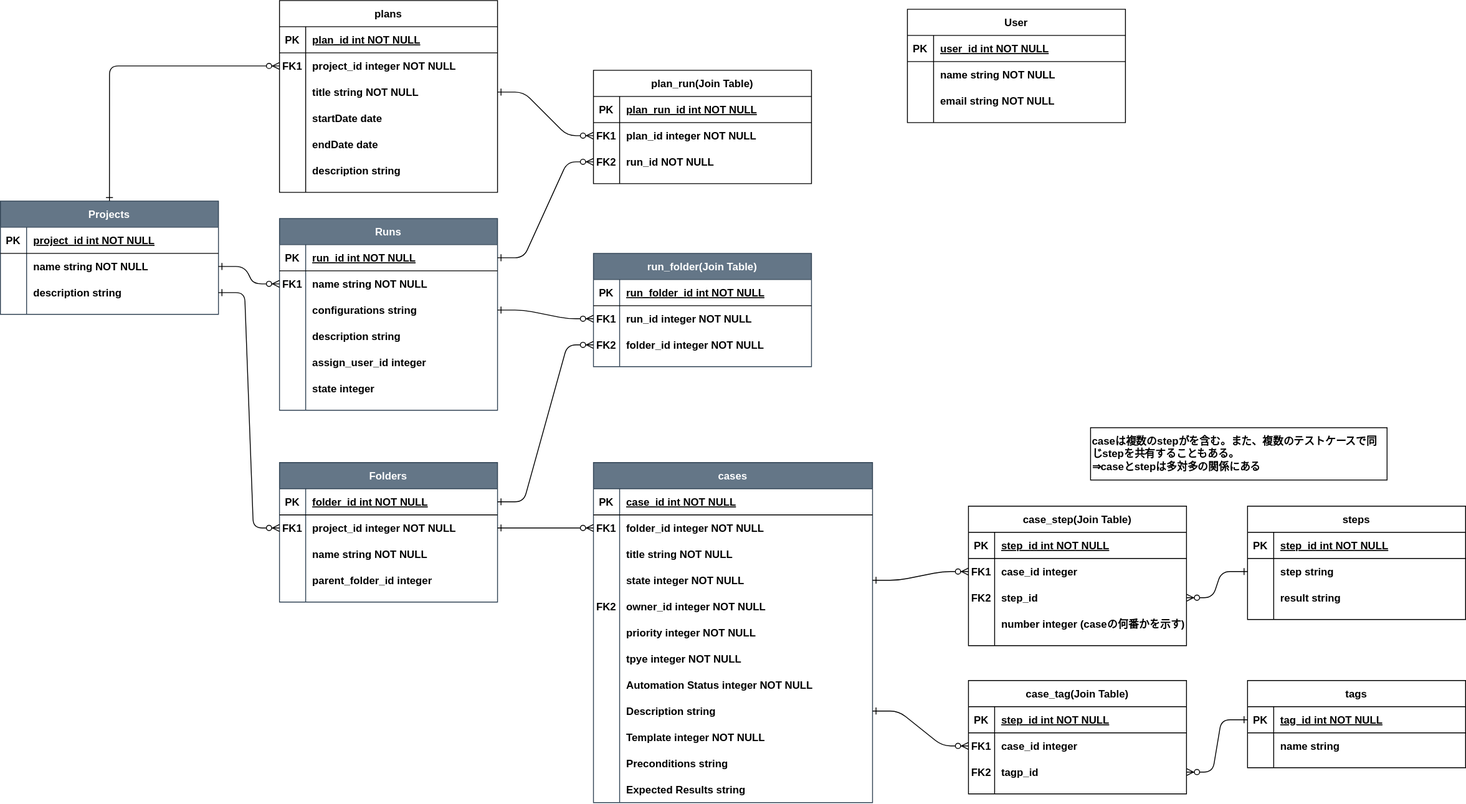
Before: docs/architecture/img/er.svg, a diagram exported from draw.io (kimatata/TestCaseManagerDoc). Source tidied: cells renumbered, new cells last; positions are measured from the earlier drawing's top-left corner, leaving out a move shared by most shapes.
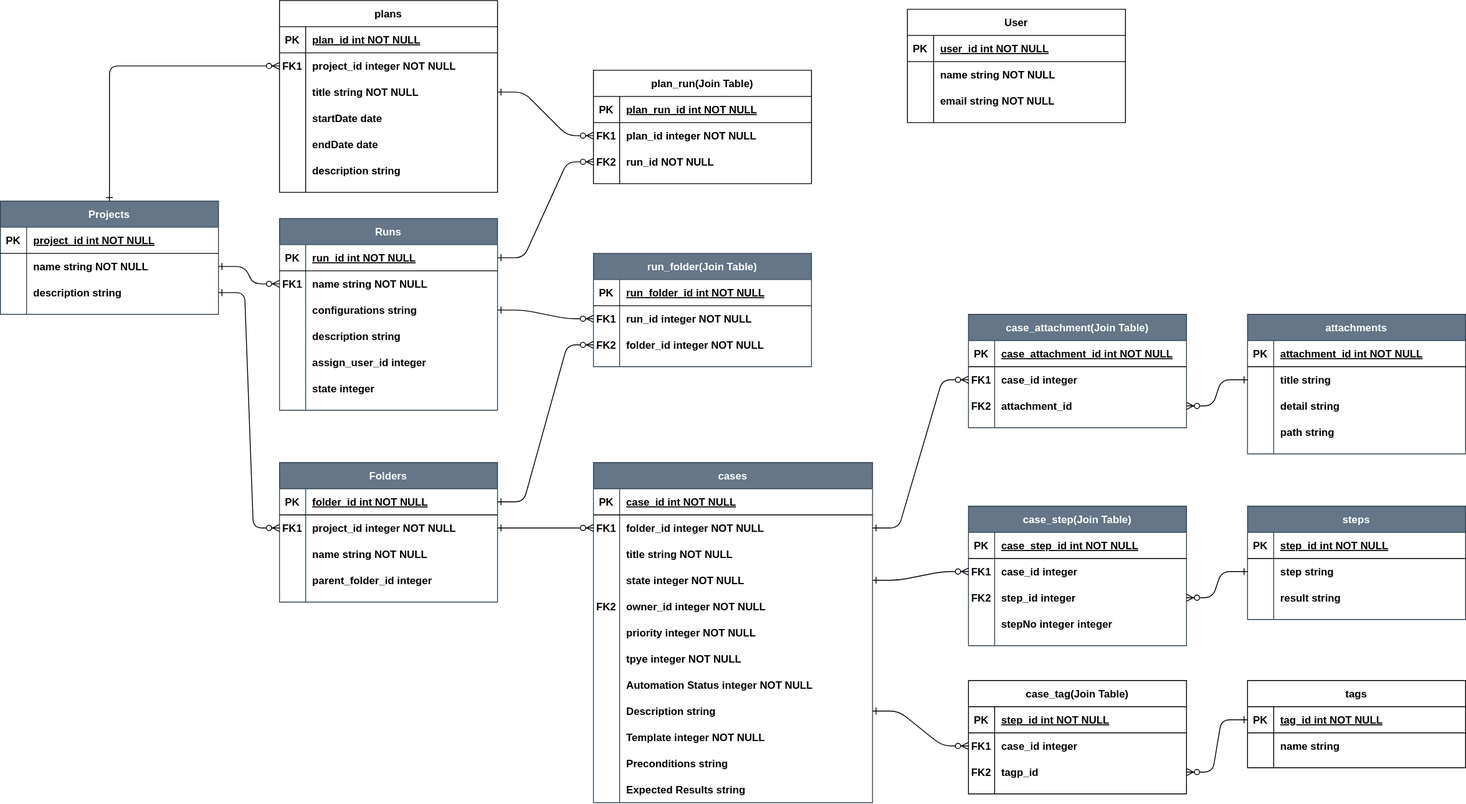
After the change.

The edit, as a diff of the source:
```diff
@@ -218,7 +218,7 @@
     <mxCell id="73" value="email string NOT NULL" style="shape=partialRectangle;overflow=hidden;fillColor=none;top=0;left=0;bottom=0;right=0;align=left;spacingLeft=6;fontStyle=1;" parent="71" vertex="1">
       <mxGeometry x="30" width="220" height="30" as="geometry" />
     </mxCell>
-    <mxCell id="74" value="steps" style="shape=table;startSize=30;rowLines=0;fontStyle=1;align=center;" parent="1" vertex="1">
+    <mxCell id="74" value="steps" style="shape=table;startSize=30;rowLines=0;fontStyle=1;align=center;fillColor=#647687;strokeColor=#314354;fontColor=#ffffff;" parent="1" vertex="1">
       <mxGeometry x="1430" y="580" width="250" height="130" as="geometry" />
     </mxCell>
     <mxCell id="75" style="shape=partialRectangle;fillColor=none;top=0;left=0;right=0;bottom=1;fontStyle=1;" parent="74" vertex="1">
@@ -248,7 +248,7 @@
     <mxCell id="83" value="result string" style="shape=partialRectangle;overflow=hidden;fillColor=none;top=0;left=0;bottom=0;right=0;align=left;spacingLeft=6;fontStyle=1;" parent="81" vertex="1">
       <mxGeometry x="30" width="220" height="30" as="geometry" />
     </mxCell>
-    <mxCell id="84" value="case_step(Join Table)" style="shape=table;startSize=30;rowLines=0;fontStyle=1;align=center;" parent="1" vertex="1">
+    <mxCell id="84" value="case_step(Join Table)" style="shape=table;startSize=30;rowLines=0;fontStyle=1;align=center;fillColor=#647687;strokeColor=#314354;fontColor=#ffffff;" parent="1" vertex="1">
       <mxGeometry x="1110" y="580" width="250" height="160" as="geometry" />
     </mxCell>
     <mxCell id="85" style="shape=partialRectangle;fillColor=none;top=0;left=0;right=0;bottom=1;fontStyle=1;" parent="84" vertex="1">
@@ -257,7 +257,7 @@
     <mxCell id="86" value="PK" style="shape=partialRectangle;overflow=hidden;fillColor=none;top=0;left=0;bottom=0;right=0;fontStyle=1;" parent="85" vertex="1">
       <mxGeometry width="30" height="30" as="geometry" />
     </mxCell>
-    <mxCell id="87" value="step_id int NOT NULL " style="shape=partialRectangle;overflow=hidden;fillColor=none;top=0;left=0;bottom=0;right=0;align=left;spacingLeft=6;fontStyle=5;" parent="85" vertex="1">
+    <mxCell id="87" value="case_step_id int NOT NULL " style="shape=partialRectangle;overflow=hidden;fillColor=none;top=0;left=0;bottom=0;right=0;align=left;spacingLeft=6;fontStyle=5;" parent="85" vertex="1">
       <mxGeometry x="30" width="220" height="30" as="geometry" />
     </mxCell>
     <mxCell id="88" style="shape=partialRectangle;fillColor=none;points=[[0,0.5],[1,0.5]];portConstraint=eastwest;top=0;left=0;right=0;bottom=0;fontStyle=1;" parent="84" vertex="1">
@@ -275,7 +275,7 @@
     <mxCell id="92" value="FK2" style="shape=partialRectangle;overflow=hidden;fillColor=none;top=0;left=0;bottom=0;right=0;fontStyle=1;" parent="91" vertex="1">
       <mxGeometry width="30" height="30" as="geometry" />
     </mxCell>
-    <mxCell id="93" value="step_id" style="shape=partialRectangle;overflow=hidden;fillColor=none;top=0;left=0;bottom=0;right=0;align=left;spacingLeft=6;fontStyle=1;" parent="91" vertex="1">
+    <mxCell id="93" value="step_id integer" style="shape=partialRectangle;overflow=hidden;fillColor=none;top=0;left=0;bottom=0;right=0;align=left;spacingLeft=6;fontStyle=1;" parent="91" vertex="1">
       <mxGeometry x="30" width="220" height="30" as="geometry" />
     </mxCell>
     <mxCell id="94" style="shape=partialRectangle;fillColor=none;top=0;left=0;right=0;bottom=0;fontStyle=1;" parent="84" vertex="1">
@@ -284,12 +284,9 @@
     <mxCell id="95" style="shape=partialRectangle;overflow=hidden;fillColor=none;top=0;left=0;bottom=0;right=0;fontStyle=1;" parent="94" vertex="1">
       <mxGeometry width="30" height="30" as="geometry" />
     </mxCell>
-    <mxCell id="96" value="number integer (caseの何番かを示す)" style="shape=partialRectangle;overflow=hidden;fillColor=none;top=0;left=0;bottom=0;right=0;align=left;spacingLeft=6;fontStyle=1;" parent="94" vertex="1">
+    <mxCell id="96" value="stepNo integer integer" style="shape=partialRectangle;overflow=hidden;fillColor=none;top=0;left=0;bottom=0;right=0;align=left;spacingLeft=6;fontStyle=1;" parent="94" vertex="1">
       <mxGeometry x="30" width="220" height="30" as="geometry" />
     </mxCell>
-    <mxCell id="97" value="caseは複数のstepがを含む。また、複数のテストケースで同じstepを共有することもある。&lt;br&gt;⇒caseとstepは多対多の関係にある" style="rounded=0;whiteSpace=wrap;html=1;align=left;fontStyle=1;" parent="1" vertex="1">
-      <mxGeometry x="1250" y="490" width="340" height="60" as="geometry" />
-    </mxCell>
     <mxCell id="98" style="edgeStyle=entityRelationEdgeStyle;endArrow=ERzeroToMany;startArrow=ERone;endFill=1;startFill=0;exitX=1;exitY=0.5;exitDx=0;exitDy=0;entryX=0;entryY=0.5;entryDx=0;entryDy=0;fontStyle=1;" parent="1" edge="1" source="35" target="88">
       <mxGeometry relative="1" as="geometry" />
     </mxCell>
@@ -473,9 +470,6 @@
     <mxCell id="158" style="edgeStyle=orthogonalEdgeStyle;endArrow=ERzeroToMany;startArrow=ERone;endFill=1;startFill=0;strokeColor=default;exitX=0.5;exitY=0;exitDx=0;exitDy=0;entryX=0;entryY=0.5;entryDx=0;entryDy=0;fontStyle=1;" parent="1" edge="1" source="2" target="143">
       <mxGeometry relative="1" as="geometry" />
     </mxCell>
-    <mxCell id="159" style="edgeStyle=entityRelationEdgeStyle;endArrow=ERzeroToMany;startArrow=ERone;endFill=1;startFill=0;fontStyle=1;" parent="1" edge="1" source="149" target="x">
-      <mxGeometry relative="1" as="geometry" />
-    </mxCell>
     <mxCell id="160" value="plan_run(Join Table)" style="shape=table;startSize=30;rowLines=0;fontStyle=1;align=center;" parent="1" vertex="1">
       <mxGeometry x="680" y="80" width="250" height="130" as="geometry" />
     </mxCell>
@@ -548,5 +542,80 @@
     <mxCell id="183" style="edgeStyle=entityRelationEdgeStyle;endArrow=ERzeroToMany;startArrow=ERone;endFill=1;startFill=0;entryX=0;entryY=0.5;entryDx=0;entryDy=0;fontStyle=1;" parent="1" edge="1" source="146" target="164">
       <mxGeometry relative="1" as="geometry" />
     </mxCell>
+    <mxCell id="184" value="attachments" style="shape=table;startSize=30;rowLines=0;fontStyle=1;align=center;fillColor=#647687;strokeColor=#314354;fontColor=#ffffff;" parent="1" vertex="1">
+      <mxGeometry x="1430" y="360" width="250" height="160" as="geometry" />
+    </mxCell>
+    <mxCell id="185" style="shape=partialRectangle;fillColor=none;top=0;left=0;right=0;bottom=1;fontStyle=1;" parent="184" vertex="1">
+      <mxGeometry y="30" width="250" height="30" as="geometry" />
+    </mxCell>
+    <mxCell id="186" value="PK" style="shape=partialRectangle;overflow=hidden;fillColor=none;top=0;left=0;bottom=0;right=0;fontStyle=1;" parent="185" vertex="1">
+      <mxGeometry width="30" height="30" as="geometry" />
+    </mxCell>
+    <mxCell id="187" value="attachment_id int NOT NULL " style="shape=partialRectangle;overflow=hidden;fillColor=none;top=0;left=0;bottom=0;right=0;align=left;spacingLeft=6;fontStyle=5;" parent="185" vertex="1">
+      <mxGeometry x="30" width="220" height="30" as="geometry" />
+    </mxCell>
+    <mxCell id="188" style="shape=partialRectangle;fillColor=none;points=[[0,0.5],[1,0.5]];portConstraint=eastwest;top=0;left=0;right=0;bottom=0;fontStyle=1;" parent="184" vertex="1">
+      <mxGeometry y="60" width="250" height="30" as="geometry" />
+    </mxCell>
+    <mxCell id="189" style="shape=partialRectangle;overflow=hidden;fillColor=none;top=0;left=0;bottom=0;right=0;fontStyle=1;" parent="188" vertex="1">
+      <mxGeometry width="30" height="30" as="geometry" />
+    </mxCell>
+    <mxCell id="190" value="title string" style="shape=partialRectangle;overflow=hidden;fillColor=none;top=0;left=0;bottom=0;right=0;align=left;spacingLeft=6;fontStyle=1;" parent="188" vertex="1">
+      <mxGeometry x="30" width="220" height="30" as="geometry" />
+    </mxCell>
+    <mxCell id="191" style="shape=partialRectangle;fillColor=none;top=0;left=0;right=0;bottom=0;fontStyle=1;" parent="184" vertex="1">
+      <mxGeometry y="90" width="250" height="30" as="geometry" />
+    </mxCell>
+    <mxCell id="192" style="shape=partialRectangle;overflow=hidden;fillColor=none;top=0;left=0;bottom=0;right=0;fontStyle=1;" parent="191" vertex="1">
+      <mxGeometry width="30" height="30" as="geometry" />
+    </mxCell>
+    <mxCell id="193" value="detail string" style="shape=partialRectangle;overflow=hidden;fillColor=none;top=0;left=0;bottom=0;right=0;align=left;spacingLeft=6;fontStyle=1;" parent="191" vertex="1">
+      <mxGeometry x="30" width="220" height="30" as="geometry" />
+    </mxCell>
+    <mxCell id="194" style="shape=partialRectangle;fillColor=none;top=0;left=0;right=0;bottom=0;fontStyle=1;" parent="184" vertex="1">
+      <mxGeometry y="120" width="250" height="30" as="geometry" />
+    </mxCell>
+    <mxCell id="195" style="shape=partialRectangle;overflow=hidden;fillColor=none;top=0;left=0;bottom=0;right=0;fontStyle=1;" parent="194" vertex="1">
+      <mxGeometry width="30" height="30" as="geometry" />
+    </mxCell>
+    <mxCell id="196" value="path string" style="shape=partialRectangle;overflow=hidden;fillColor=none;top=0;left=0;bottom=0;right=0;align=left;spacingLeft=6;fontStyle=1;" parent="194" vertex="1">
+      <mxGeometry x="30" width="220" height="30" as="geometry" />
+    </mxCell>
+    <mxCell id="197" value="case_attachment(Join Table)" style="shape=table;startSize=30;rowLines=0;fontStyle=1;align=center;fillColor=#647687;strokeColor=#314354;fontColor=#ffffff;" parent="1" vertex="1">
+      <mxGeometry x="1110" y="360" width="250" height="130" as="geometry" />
+    </mxCell>
+    <mxCell id="198" style="shape=partialRectangle;fillColor=none;top=0;left=0;right=0;bottom=1;fontStyle=1;" parent="197" vertex="1">
+      <mxGeometry y="30" width="250" height="30" as="geometry" />
+    </mxCell>
+    <mxCell id="199" value="PK" style="shape=partialRectangle;overflow=hidden;fillColor=none;top=0;left=0;bottom=0;right=0;fontStyle=1;" parent="198" vertex="1">
+      <mxGeometry width="30" height="30" as="geometry" />
+    </mxCell>
+    <mxCell id="200" value="case_attachment_id int NOT NULL " style="shape=partialRectangle;overflow=hidden;fillColor=none;top=0;left=0;bottom=0;right=0;align=left;spacingLeft=6;fontStyle=5;" parent="198" vertex="1">
+      <mxGeometry x="30" width="220" height="30" as="geometry" />
+    </mxCell>
+    <mxCell id="201" style="shape=partialRectangle;fillColor=none;points=[[0,0.5],[1,0.5]];portConstraint=eastwest;top=0;left=0;right=0;bottom=0;fontStyle=1;" parent="197" vertex="1">
+      <mxGeometry y="60" width="250" height="30" as="geometry" />
+    </mxCell>
+    <mxCell id="202" value="FK1" style="shape=partialRectangle;overflow=hidden;fillColor=none;top=0;left=0;bottom=0;right=0;fontStyle=1;" parent="201" vertex="1">
+      <mxGeometry width="30" height="30" as="geometry" />
+    </mxCell>
+    <mxCell id="203" value="case_id integer" style="shape=partialRectangle;overflow=hidden;fillColor=none;top=0;left=0;bottom=0;right=0;align=left;spacingLeft=6;fontStyle=1;" parent="201" vertex="1">
+      <mxGeometry x="30" width="220" height="30" as="geometry" />
+    </mxCell>
+    <mxCell id="204" style="shape=partialRectangle;fillColor=none;points=[[0,0.5],[1,0.5]];portConstraint=eastwest;top=0;left=0;right=0;bottom=0;fontStyle=1;" parent="197" vertex="1">
+      <mxGeometry y="90" width="250" height="30" as="geometry" />
+    </mxCell>
+    <mxCell id="205" value="FK2" style="shape=partialRectangle;overflow=hidden;fillColor=none;top=0;left=0;bottom=0;right=0;fontStyle=1;" parent="204" vertex="1">
+      <mxGeometry width="30" height="30" as="geometry" />
+    </mxCell>
+    <mxCell id="206" value="attachment_id" style="shape=partialRectangle;overflow=hidden;fillColor=none;top=0;left=0;bottom=0;right=0;align=left;spacingLeft=6;fontStyle=1;" parent="204" vertex="1">
+      <mxGeometry x="30" width="220" height="30" as="geometry" />
+    </mxCell>
+    <mxCell id="207" style="edgeStyle=entityRelationEdgeStyle;endArrow=ERzeroToMany;startArrow=ERone;endFill=1;startFill=0;exitX=0;exitY=0.5;exitDx=0;exitDy=0;entryX=1;entryY=0.5;entryDx=0;entryDy=0;fontStyle=1;" parent="1" edge="1" source="188" target="204">
+      <mxGeometry relative="1" as="geometry" />
+    </mxCell>
+    <mxCell id="208" style="edgeStyle=entityRelationEdgeStyle;endArrow=ERzeroToMany;startArrow=ERone;endFill=1;startFill=0;exitX=1;exitY=0.5;exitDx=0;exitDy=0;entryX=0;entryY=0.5;entryDx=0;entryDy=0;fontStyle=1;" parent="1" edge="1" source="29" target="201">
+      <mxGeometry relative="1" as="geometry" />
+    </mxCell>
   </root>
 </mxGraphModel>
```
